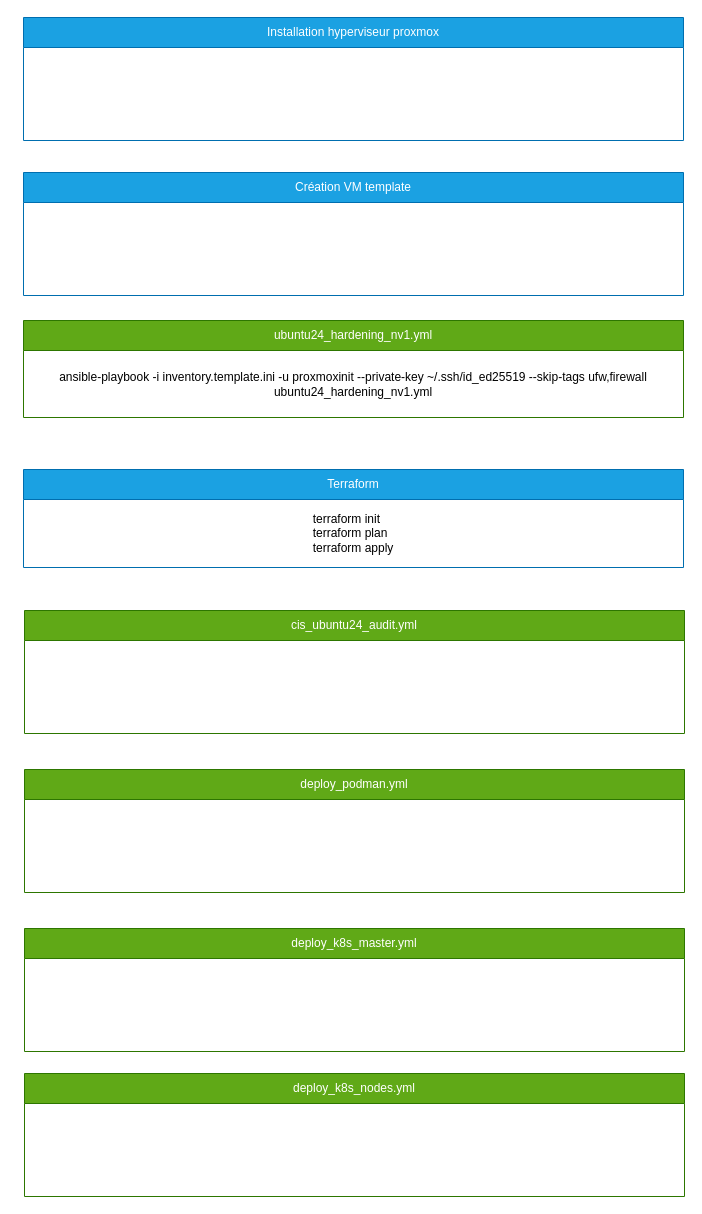
This is page "Ansible workflow" (2 of 3) of Maquette.drawio from egoMasa/DevOps-JFKZ, a draw.io file, before an edit. Source tidied: cells renumbered, new cells numbered last; positions are measured from the earlier drawing's top-left corner, leaving out a move shared by most shapes. Both pictures are drawn from the tidied source at 100%, with x=0, y=0 at pixel (23, 17).
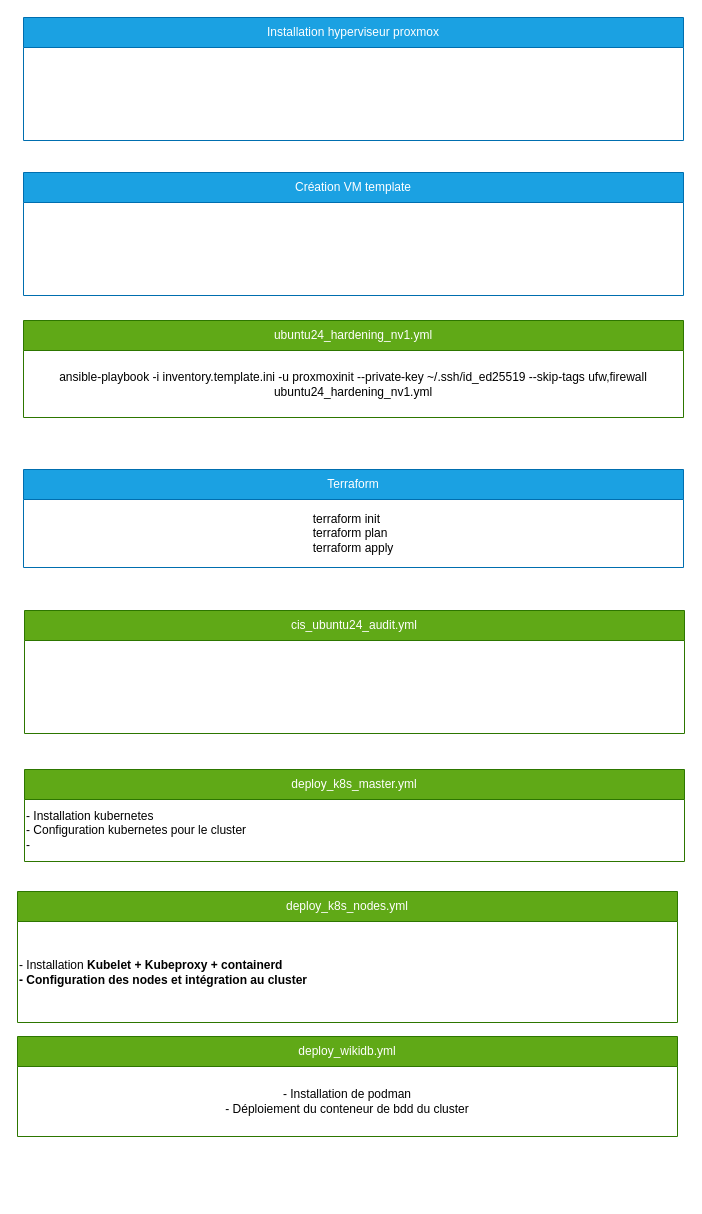
Above is the later version.

The edit, as a diff of the source:
```diff
@@
 <mxGraphModel>
   <root>
     <mxCell id="0" />
     <mxCell id="1" parent="0" />
-    <mxCell id="2" value="deploy_podman.yml" style="swimlane;fontStyle=0;horizontal=1;startSize=30;whiteSpace=wrap;html=1;fillColor=#60a917;strokeColor=#2D7600;fontColor=#ffffff;" parent="1" vertex="1">
-      <mxGeometry x="1" y="752" width="660" height="123" as="geometry" />
+    <mxCell id="2" value="deploy_k8s_master.yml" style="swimlane;fontStyle=0;horizontal=1;startSize=30;whiteSpace=wrap;html=1;fillColor=#60a917;strokeColor=#2D7600;fontColor=#ffffff;" parent="1" vertex="1">
+      <mxGeometry x="1" y="752" width="660" height="92" as="geometry" />
     </mxCell>
+    <mxCell id="12" value="&lt;div align=&quot;left&quot;&gt;- Installation kubernetes&amp;nbsp;&lt;br&gt;- Configuration kubernetes pour le cluster&lt;br&gt;-&lt;/div&gt;" style="text;html=1;whiteSpace=wrap;strokeColor=none;fillColor=none;align=left;verticalAlign=middle;rounded=0;" parent="2" vertex="1">
+      <mxGeometry y="30" width="660" height="62" as="geometry" />
+    </mxCell>
     <mxCell id="3" value="cis_ubuntu24_audit.yml" style="swimlane;fontStyle=0;horizontal=1;startSize=30;whiteSpace=wrap;html=1;fillColor=#60a917;strokeColor=#2D7600;fontColor=#ffffff;" parent="1" vertex="1">
       <mxGeometry x="1" y="593" width="660" height="123" as="geometry" />
     </mxCell>
-    <mxCell id="4" value="deploy_k8s_master.yml" style="swimlane;fontStyle=0;horizontal=1;startSize=30;whiteSpace=wrap;html=1;fillColor=#60a917;strokeColor=#2D7600;fontColor=#ffffff;" parent="1" vertex="1">
-      <mxGeometry x="1" y="911" width="660" height="123" as="geometry" />
+    <mxCell id="4" value="deploy_k8s_nodes.yml" style="swimlane;fontStyle=0;horizontal=1;startSize=30;whiteSpace=wrap;html=1;fillColor=#60a917;strokeColor=#2D7600;fontColor=#ffffff;" parent="1" vertex="1">
+      <mxGeometry x="-6" y="874" width="660" height="131" as="geometry" />
     </mxCell>
+    <mxCell id="13" value="&lt;div align=&quot;left&quot;&gt;- Installation&amp;nbsp;&lt;b&gt;Kubelet +&amp;nbsp;&lt;/b&gt;&lt;b&gt;Kubeproxy + containerd&lt;/b&gt;&lt;/div&gt;&lt;div align=&quot;left&quot;&gt;&lt;b&gt;- Configuration des nodes et intégration au cluster&lt;/b&gt;&lt;/div&gt;" style="text;html=1;whiteSpace=wrap;strokeColor=none;fillColor=none;align=left;verticalAlign=middle;rounded=0;" parent="4" vertex="1">
+      <mxGeometry y="30" width="660" height="101" as="geometry" />
+    </mxCell>
     <mxCell id="5" value="Terraform" style="swimlane;fontStyle=0;horizontal=1;startSize=30;whiteSpace=wrap;html=1;fillColor=#1ba1e2;strokeColor=#006EAF;fontColor=#ffffff;align=center;" parent="1" vertex="1">
       <mxGeometry y="452" width="660" height="98" as="geometry" />
     </mxCell>
     <mxCell id="6" value="&lt;div align=&quot;justify&quot;&gt;terraform init&lt;/div&gt;&lt;div align=&quot;justify&quot;&gt;terraform plan&lt;/div&gt;&lt;div align=&quot;justify&quot;&gt;terraform apply&lt;/div&gt;" style="text;html=1;whiteSpace=wrap;strokeColor=none;fillColor=none;align=center;verticalAlign=middle;rounded=0;" parent="5" vertex="1">
       <mxGeometry y="30" width="660" height="68" as="geometry" />
     </mxCell>
     <mxCell id="7" value="Création VM template" style="swimlane;fontStyle=0;horizontal=1;startSize=30;whiteSpace=wrap;html=1;fillColor=#1ba1e2;strokeColor=#006EAF;fontColor=#ffffff;" parent="1" vertex="1">
       <mxGeometry y="155" width="660" height="123" as="geometry" />
     </mxCell>
     <mxCell id="8" value="Installation hyperviseur proxmox" style="swimlane;fontStyle=0;horizontal=1;startSize=30;whiteSpace=wrap;html=1;fillColor=#1ba1e2;strokeColor=#006EAF;fontColor=#ffffff;" parent="1" vertex="1">
       <mxGeometry width="660" height="123" as="geometry" />
     </mxCell>
     <mxCell id="9" value="ubuntu24_hardening_nv1.yml" style="swimlane;fontStyle=0;horizontal=1;startSize=30;whiteSpace=wrap;html=1;fillColor=#60a917;strokeColor=#2D7600;fontColor=#ffffff;" parent="1" vertex="1">
       <mxGeometry y="303" width="660" height="97" as="geometry" />
     </mxCell>
     <mxCell id="10" value="ansible-playbook -i inventory.template.ini -u proxmoxinit --private-key ~/.ssh/id_ed25519 --skip-tags ufw,firewall ubuntu24_hardening_nv1.yml" style="text;html=1;whiteSpace=wrap;strokeColor=none;fillColor=none;align=center;verticalAlign=middle;rounded=0;" parent="9" vertex="1">
       <mxGeometry y="30" width="660" height="67" as="geometry" />
     </mxCell>
-    <mxCell id="11" value="deploy_k8s_nodes.yml" style="swimlane;fontStyle=0;horizontal=1;startSize=30;whiteSpace=wrap;html=1;fillColor=#60a917;strokeColor=#2D7600;fontColor=#ffffff;" parent="1" vertex="1">
-      <mxGeometry x="1" y="1056" width="660" height="123" as="geometry" />
+    <mxCell id="11" value="deploy_wikidb.yml" style="swimlane;fontStyle=0;horizontal=1;startSize=30;whiteSpace=wrap;html=1;fillColor=#60a917;strokeColor=#2D7600;fontColor=#ffffff;" parent="1" vertex="1">
+      <mxGeometry x="-6" y="1019" width="660" height="100" as="geometry" />
     </mxCell>
+    <mxCell id="14" value="&lt;div&gt;- Installation de podman&lt;/div&gt;&lt;div&gt;- Déploiement du conteneur de bdd du cluster&lt;/div&gt;" style="text;html=1;whiteSpace=wrap;strokeColor=none;fillColor=none;align=center;verticalAlign=middle;rounded=0;" parent="11" vertex="1">
+      <mxGeometry y="30" width="660" height="70" as="geometry" />
+    </mxCell>
   </root>
 </mxGraphModel>
```
